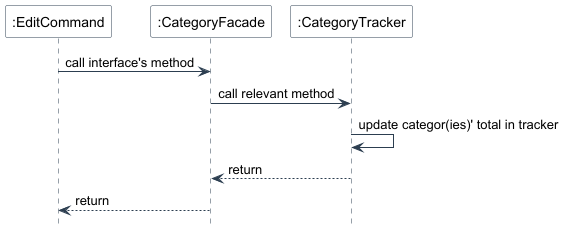
The PlantUML diagram docs/diagrams/images/CategoryFacade Edit SequenceUML.png in nus-cs2113-AY2425S1/tp, before a commit. Its diagram source:
```plantuml
@startuml
skinparam backgroundColor #FFFFFF
skinparam sequence {
    ArrowColor #2C3E50
    LifeLineBorderColor #2C3E50
    ParticipantBorderColor #2C3E50
    ParticipantBackgroundColor #FFFFFF
}
hide footbox

participant ":EditCommand" as EC
participant ":CategoryFacade" as CF
participant ":CategoryTracker" as CT

EC -> CF: call interface's method
CF -> CT: call relevant method
CT -> CT: update categor(ies)' total in tracker
CT --> CF: return
CF --> EC: return

@enduml
```
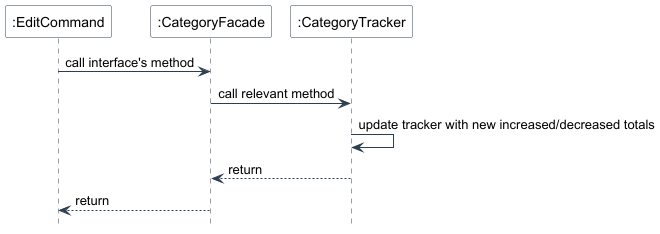
Above is the later version.

Commit message:
Update category sequence UMLs for Add, Delete, Edit

Diff of the diagram source:
```diff
@@ -14,7 +14,7 @@
 
 EC -> CF: call interface's method
 CF -> CT: call relevant method
-CT -> CT: update categor(ies)' total in tracker
+CT -> CT: update tracker with new increased/decreased totals
 CT --> CF: return
 CF --> EC: return
 
```
